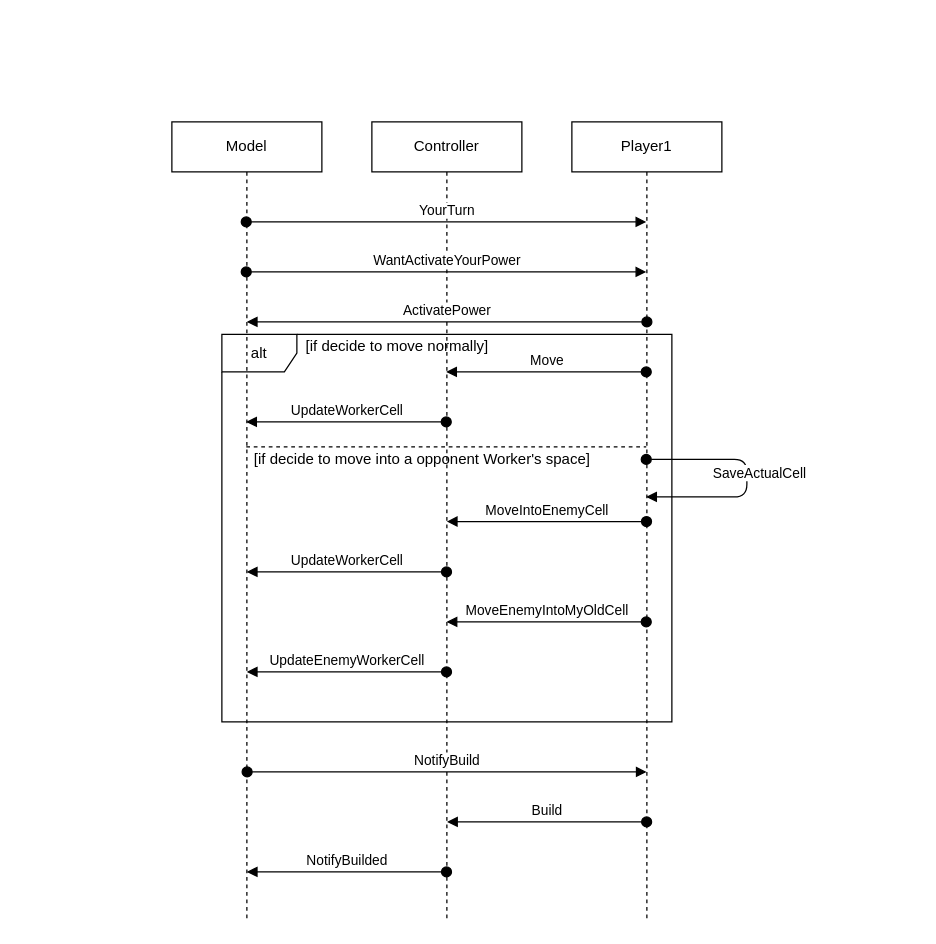
This is page "Case_Apollo" (2 of 11) of UML/newUML.drawio from matteovisotto/ing-sw-2020-Siriani-Stucchi-Visotto, a draw.io file, before an edit. Source tidied: cells renumbered, new cells numbered last; positions are measured from the earlier drawing's top-left corner, leaving out a move shared by most shapes. Both pictures are drawn from the tidied source at 125%, with x=0, y=0 at pixel (171, 121).
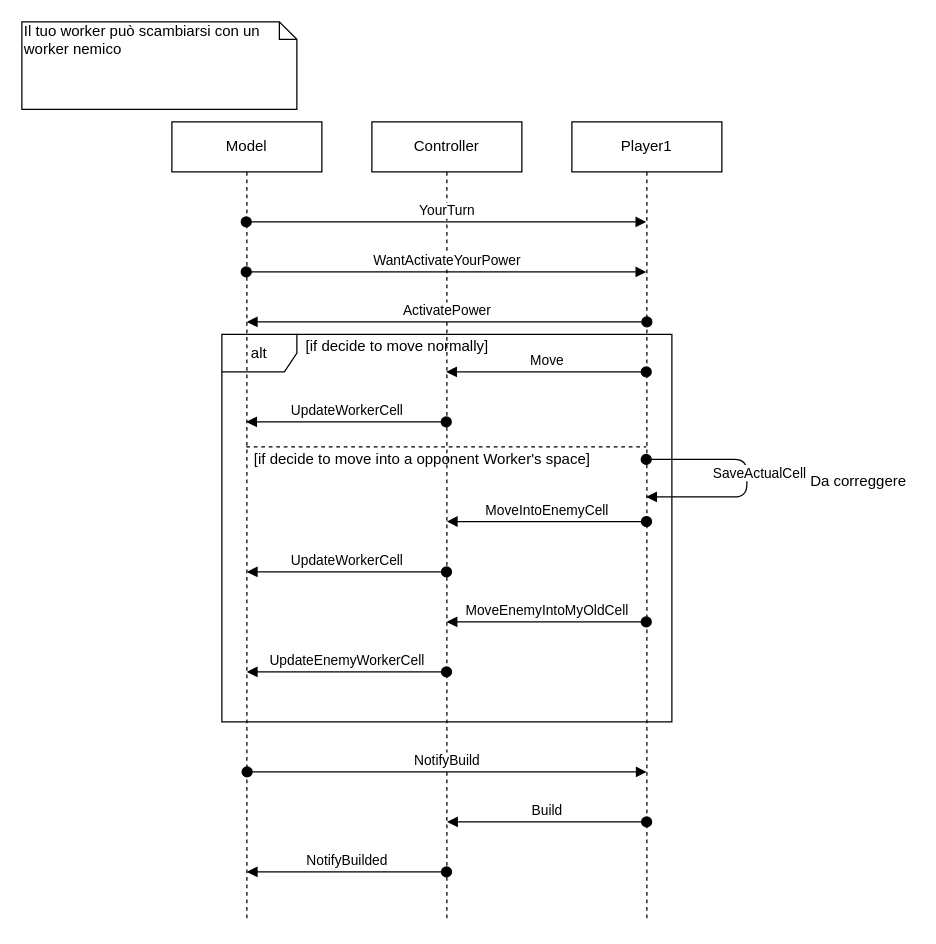
The same diagram, later.

What changed in the source:
```diff
@@
+    <mxCell id="22" value="Il tuo worker può scambiarsi con un worker nemico" style="shape=note;whiteSpace=wrap;html=1;size=14;verticalAlign=top;align=left;spacingTop=-6;" parent="1" vertex="1">
+      <mxGeometry x="-120" y="-80" width="220" height="70" as="geometry" />
+    </mxCell>
+    <mxCell id="23" value="Da correggere" style="text;html=1;align=center;verticalAlign=middle;" parent="1" vertex="1">
+      <mxGeometry x="504" y="278" width="90" height="20" as="geometry" />
+    </mxCell>
```
